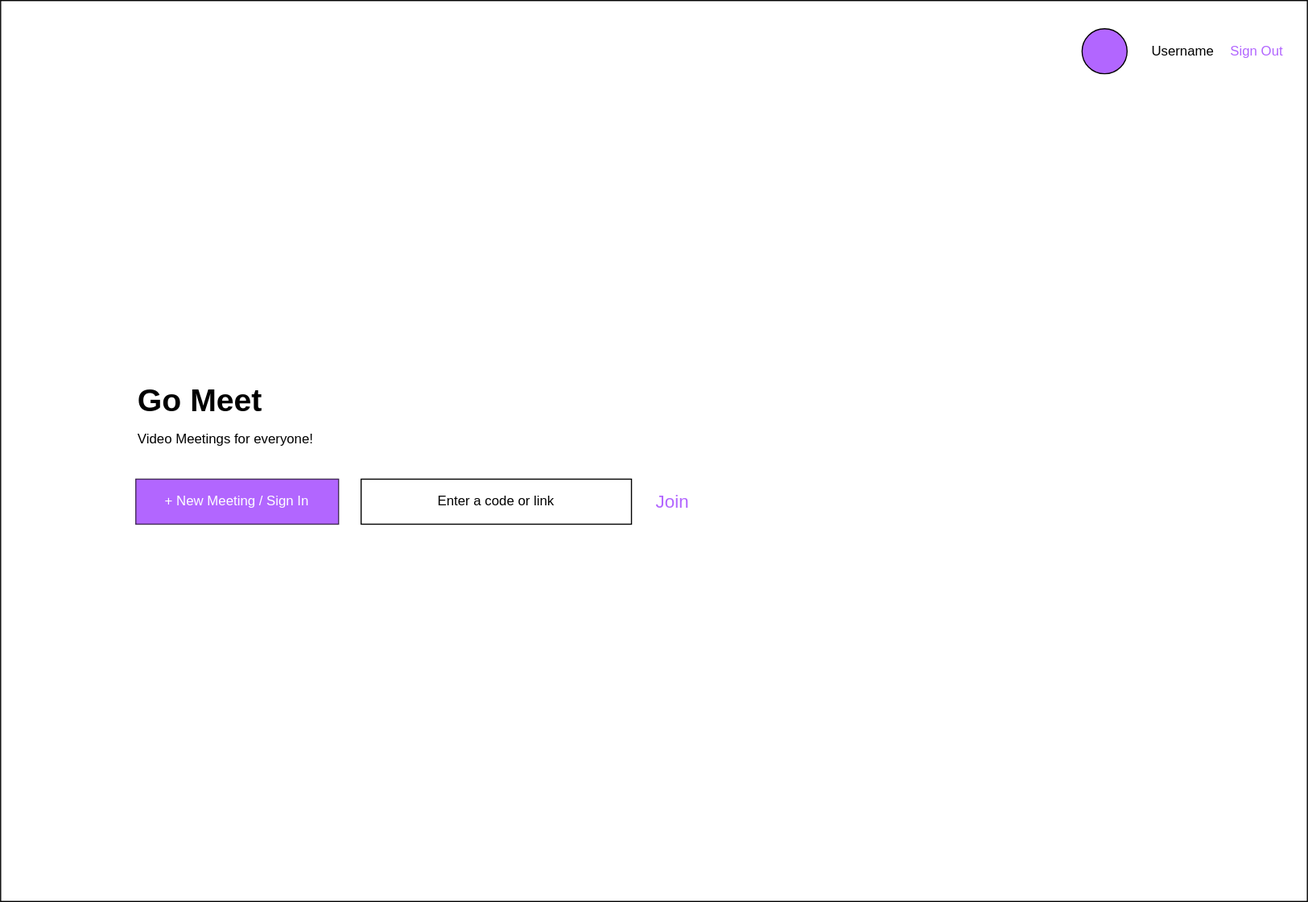
aravindanve/livemeet-server-go keeps this draw.io diagram as ux/01-root.drawio.svg. Above is the earlier version. Source tidied: cells renumbered, new cells last; positions are measured from the earlier drawing's top-left corner, leaving out a move shared by most shapes. Its diagram source:
```xml
<mxGraphModel>
  <root>
    <mxCell id="0" />
    <mxCell id="1" parent="0" />
    <mxCell id="2" style="rounded=0;whiteSpace=wrap;html=1;" parent="1" vertex="1">
      <mxGeometry width="1160" height="800" as="geometry" />
    </mxCell>
    <mxCell id="3" value="+ New Meeting / Sign In" style="rounded=0;whiteSpace=wrap;html=1;fillColor=#B266FF;fontColor=#ffffff;strokeColor=#432D57;" parent="1" vertex="1">
      <mxGeometry x="120" y="425" width="180" height="40" as="geometry" />
    </mxCell>
    <mxCell id="4" value="Go Meet" style="text;html=1;strokeColor=none;fillColor=none;align=left;verticalAlign=middle;whiteSpace=wrap;rounded=0;fontSize=28;fontStyle=1;" parent="1" vertex="1">
      <mxGeometry x="120" y="340" width="195" height="30" as="geometry" />
    </mxCell>
    <mxCell id="5" value="Video Meetings for everyone!" style="text;html=1;strokeColor=none;fillColor=none;align=left;verticalAlign=middle;whiteSpace=wrap;rounded=0;" parent="1" vertex="1">
      <mxGeometry x="120" y="380" width="295" height="20" as="geometry" />
    </mxCell>
    <mxCell id="6" value="Enter a code or link" style="rounded=0;whiteSpace=wrap;html=1;" parent="1" vertex="1">
      <mxGeometry x="320" y="425" width="240" height="40" as="geometry" />
    </mxCell>
    <mxCell id="7" value="Join" style="text;html=1;strokeColor=none;fillColor=none;align=left;verticalAlign=middle;whiteSpace=wrap;rounded=0;fontSize=16;fontColor=#B266FF;" parent="1" vertex="1">
      <mxGeometry x="580" y="435" width="50" height="20" as="geometry" />
    </mxCell>
    <mxCell id="8" style="ellipse;whiteSpace=wrap;html=1;fontSize=16;fontColor=#B266FF;fillColor=#B266FF;" parent="1" vertex="1">
      <mxGeometry x="960" y="25" width="40" height="40" as="geometry" />
    </mxCell>
    <mxCell id="9" value="Username" style="text;html=1;strokeColor=none;fillColor=none;align=left;verticalAlign=middle;whiteSpace=wrap;rounded=0;" parent="1" vertex="1">
      <mxGeometry x="1020" y="35" width="60" height="20" as="geometry" />
    </mxCell>
    <mxCell id="10" value="Sign Out" style="text;html=1;strokeColor=none;fillColor=none;align=left;verticalAlign=middle;whiteSpace=wrap;rounded=0;fontColor=#B266FF;" parent="1" vertex="1">
      <mxGeometry x="1090" y="35" width="50" height="20" as="geometry" />
    </mxCell>
  </root>
</mxGraphModel>
```
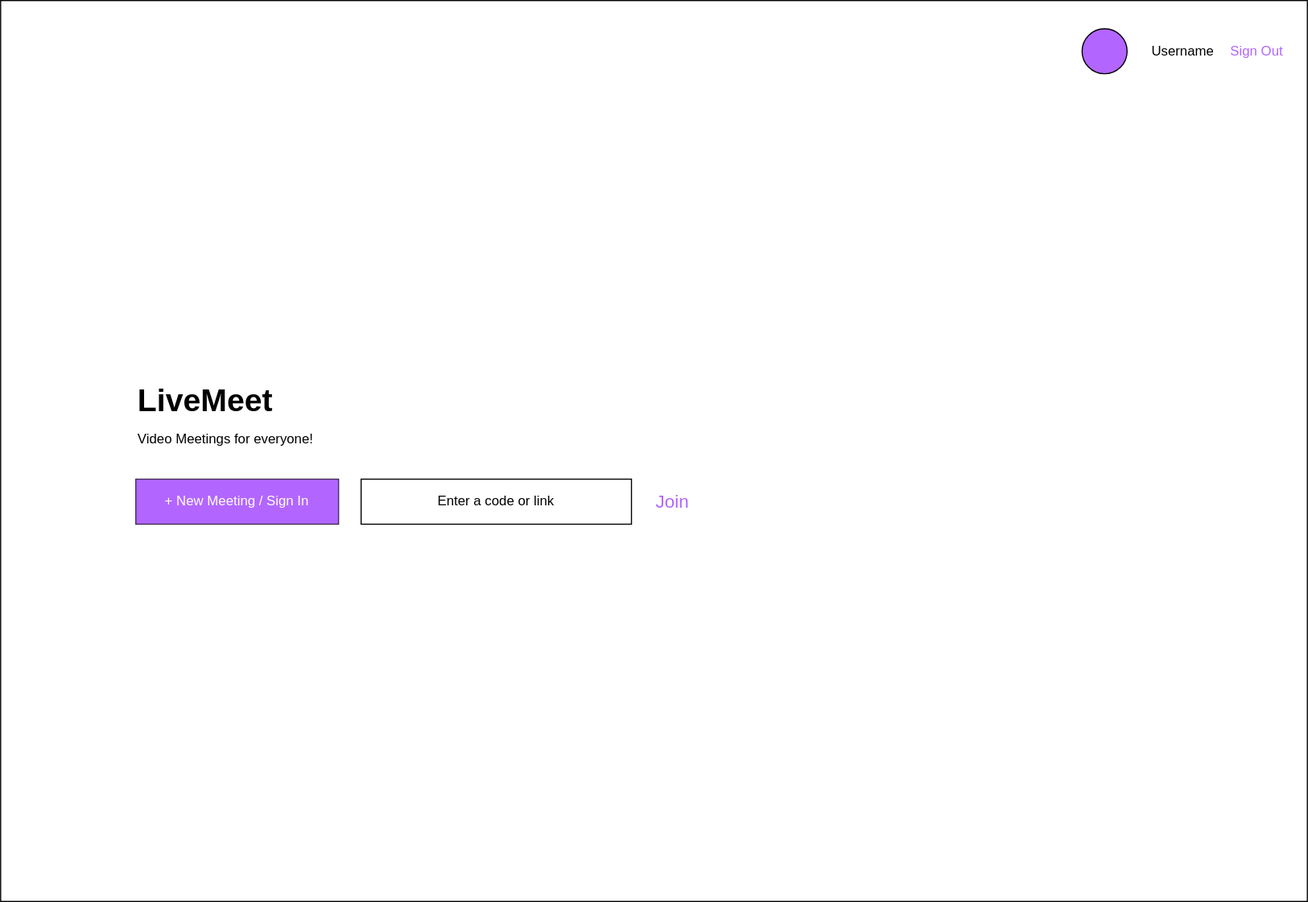
After the commit.

The edit, as a diff of the source:
```diff
@@ -8,7 +8,7 @@
     <mxCell id="3" value="+ New Meeting / Sign In" style="rounded=0;whiteSpace=wrap;html=1;fillColor=#B266FF;fontColor=#ffffff;strokeColor=#432D57;" parent="1" vertex="1">
       <mxGeometry x="120" y="425" width="180" height="40" as="geometry" />
     </mxCell>
-    <mxCell id="4" value="Go Meet" style="text;html=1;strokeColor=none;fillColor=none;align=left;verticalAlign=middle;whiteSpace=wrap;rounded=0;fontSize=28;fontStyle=1;" parent="1" vertex="1">
+    <mxCell id="4" value="LiveMeet" style="text;html=1;strokeColor=none;fillColor=none;align=left;verticalAlign=middle;whiteSpace=wrap;rounded=0;fontSize=28;fontStyle=1;" parent="1" vertex="1">
       <mxGeometry x="120" y="340" width="195" height="30" as="geometry" />
     </mxCell>
     <mxCell id="5" value="Video Meetings for everyone!" style="text;html=1;strokeColor=none;fillColor=none;align=left;verticalAlign=middle;whiteSpace=wrap;rounded=0;" parent="1" vertex="1">
```
